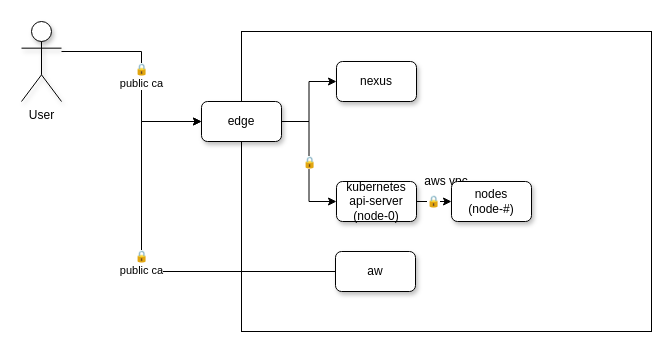
This is infrastructure.drawio from belenot/infrastructure, a draw.io file, before an edit. Source tidied: cells renumbered, new cells numbered last; positions are measured from the earlier drawing's top-left corner, leaving out a move shared by most shapes. Both pictures are drawn from the tidied source at 100%, with x=0, y=0 at pixel (21, 21).
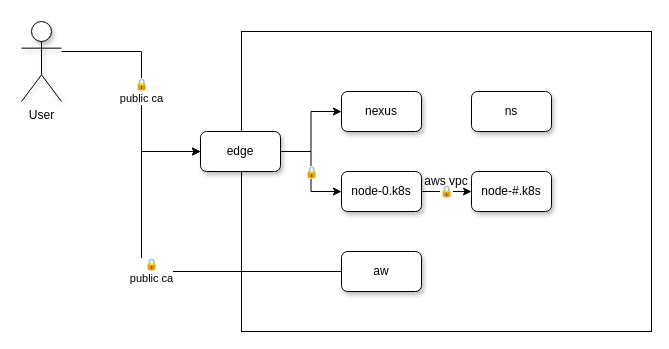
The same diagram, later.

What changed in the source:
```diff
@@
 <mxGraphModel>
   <root>
     <mxCell id="0" />
     <mxCell id="1" parent="0" />
     <mxCell id="2" value="🔒&lt;br&gt;public ca" style="edgeStyle=orthogonalEdgeStyle;rounded=0;jettySize=auto;html=1;entryX=0;entryY=0.5;entryDx=0;entryDy=0;" parent="1" edge="1" source="3" target="5">
       <mxGeometry relative="1" as="geometry">
         <Array as="points">
           <mxPoint x="120" y="30" />
-          <mxPoint x="120" y="100" />
+          <mxPoint x="120" y="130" />
         </Array>
       </mxGeometry>
     </mxCell>
     <mxCell id="3" value="User" style="shape=umlActor;verticalLabelPosition=bottom;verticalAlign=top;html=1;outlineConnect=0;shadow=1;" parent="1" vertex="1">
       <mxGeometry width="40" height="80" as="geometry" />
     </mxCell>
     <mxCell id="4" value="aws vpc" style="rounded=0;whiteSpace=wrap;html=1;shadow=0;" parent="1" vertex="1">
       <mxGeometry x="220" y="10" width="410" height="300" as="geometry" />
     </mxCell>
-    <mxCell id="5" value="edge&lt;br&gt;" style="rounded=1;whiteSpace=wrap;html=1;shadow=1;" parent="4" vertex="1">
-      <mxGeometry x="-40" y="70" width="80" height="40" as="geometry" />
+    <mxCell id="5" value="edge" style="rounded=1;whiteSpace=wrap;html=1;shadow=1;" parent="4" vertex="1">
+      <mxGeometry x="-41" y="100" width="80" height="40" as="geometry" />
     </mxCell>
+    <mxCell id="13" value="🔒&lt;br&gt;public ca" style="edgeStyle=orthogonalEdgeStyle;rounded=0;jettySize=auto;html=1;entryX=0;entryY=0.5;entryDx=0;entryDy=0;" parent="1" edge="1" source="14" target="5">
+      <mxGeometry relative="1" as="geometry">
+        <Array as="points">
+          <mxPoint x="120" y="250" />
+          <mxPoint x="120" y="130" />
+        </Array>
+      </mxGeometry>
+    </mxCell>
+    <mxCell id="15" value="ns" style="rounded=1;whiteSpace=wrap;html=1;shadow=1;" parent="1" vertex="1">
+      <mxGeometry x="450" y="70" width="80" height="40" as="geometry" />
+    </mxCell>
+    <mxCell id="8" value="🔒" style="edgeStyle=orthogonalEdgeStyle;rounded=0;jettySize=auto;html=1;entryX=0;entryY=0.5;entryDx=0;entryDy=0;" parent="1" edge="1" source="5" target="16">
+      <mxGeometry relative="1" as="geometry" />
+    </mxCell>
-    <mxCell id="6" value="nexus" style="rounded=1;whiteSpace=wrap;html=1;shadow=1;" parent="4" vertex="1">
-      <mxGeometry x="95" y="30" width="80" height="40" as="geometry" />
+    <mxCell id="6" value="nexus" style="rounded=1;whiteSpace=wrap;html=1;shadow=1;" parent="1" vertex="1">
+      <mxGeometry x="320" y="70" width="80" height="40" as="geometry" />
     </mxCell>
-    <mxCell id="7" style="edgeStyle=orthogonalEdgeStyle;rounded=0;jettySize=auto;html=1;" parent="4" edge="1" source="5" target="6">
+    <mxCell id="7" style="edgeStyle=orthogonalEdgeStyle;rounded=0;jettySize=auto;html=1;" parent="1" edge="1" source="5" target="6">
       <mxGeometry relative="1" as="geometry" />
     </mxCell>
-    <mxCell id="8" value="🔒" style="edgeStyle=orthogonalEdgeStyle;rounded=0;jettySize=auto;html=1;entryX=0;entryY=0.5;entryDx=0;entryDy=0;" parent="4" edge="1" source="5" target="11">
-      <mxGeometry relative="1" as="geometry" />
-    </mxCell>
+    <mxCell id="16" value="node-0.k8s" style="rounded=1;whiteSpace=wrap;html=1;shadow=1;" parent="1" vertex="1">
+      <mxGeometry x="320" y="150" width="80" height="40" as="geometry" />
+    </mxCell>
+    <mxCell id="17" value="node-#.k8s" style="rounded=1;whiteSpace=wrap;html=1;shadow=1;" parent="1" vertex="1">
+      <mxGeometry x="450" y="150" width="80" height="40" as="geometry" />
+    </mxCell>
-    <mxCell id="9" value="&lt;span style=&quot;color: rgb(0, 0, 0); font-family: helvetica; font-size: 11px; font-style: normal; font-weight: 400; letter-spacing: normal; text-align: center; text-indent: 0px; text-transform: none; word-spacing: 0px; background-color: rgb(255, 255, 255); display: inline; float: none;&quot;&gt;🔒&lt;/span&gt;" style="edgeStyle=orthogonalEdgeStyle;rounded=0;jettySize=auto;html=1;" parent="4" edge="1" source="11" target="12">
+    <mxCell id="9" value="&lt;span style=&quot;color: rgb(0, 0, 0); font-family: helvetica; font-size: 11px; font-style: normal; font-weight: 400; letter-spacing: normal; text-align: center; text-indent: 0px; text-transform: none; word-spacing: 0px; background-color: rgb(255, 255, 255); display: inline; float: none;&quot;&gt;🔒&lt;/span&gt;" style="edgeStyle=orthogonalEdgeStyle;rounded=0;jettySize=auto;html=1;entryX=0;entryY=0.5;entryDx=0;entryDy=0;" parent="1" edge="1" source="16" target="17">
       <mxGeometry relative="1" as="geometry" />
     </mxCell>
     <mxCell id="10" style="edgeLabel;html=1;align=center;verticalAlign=middle;" parent="9" vertex="1">
       <mxGeometry x="-0.38" y="-1" relative="1" as="geometry" />
     </mxCell>
-    <mxCell id="11" value="kubernetes&lt;br&gt;api-server&lt;br&gt;(node-0)" style="rounded=1;whiteSpace=wrap;html=1;shadow=1;sketch=0;" parent="4" vertex="1">
-      <mxGeometry x="95" y="150" width="80" height="40" as="geometry" />
-    </mxCell>
-    <mxCell id="12" value="nodes&lt;br&gt;(node-#)" style="rounded=1;whiteSpace=wrap;html=1;sketch=0;glass=0;shadow=1;" parent="4" vertex="1">
-      <mxGeometry x="210" y="150" width="80" height="40" as="geometry" />
-    </mxCell>
-    <mxCell id="13" value="🔒&lt;br&gt;public ca" style="edgeStyle=orthogonalEdgeStyle;rounded=0;jettySize=auto;html=1;entryX=0;entryY=0.5;entryDx=0;entryDy=0;" parent="1" edge="1" source="14" target="5">
-      <mxGeometry relative="1" as="geometry">
-        <Array as="points">
-          <mxPoint x="120" y="250" />
-          <mxPoint x="120" y="100" />
-        </Array>
-      </mxGeometry>
-    </mxCell>
     <mxCell id="14" value="aw" style="rounded=1;whiteSpace=wrap;html=1;shadow=1;" parent="1" vertex="1">
-      <mxGeometry x="314" y="230" width="80" height="40" as="geometry" />
+      <mxGeometry x="320" y="230" width="80" height="40" as="geometry" />
     </mxCell>
   </root>
 </mxGraphModel>
```
